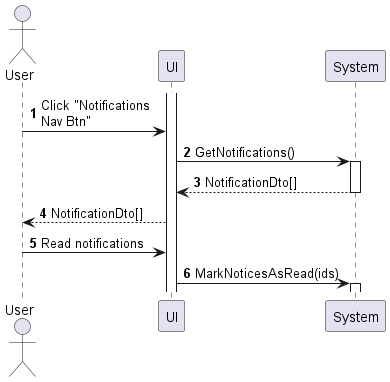
Above: sequences/my-notification-view.png in phihungha/scmss-reqs (PlantUML), before the change.
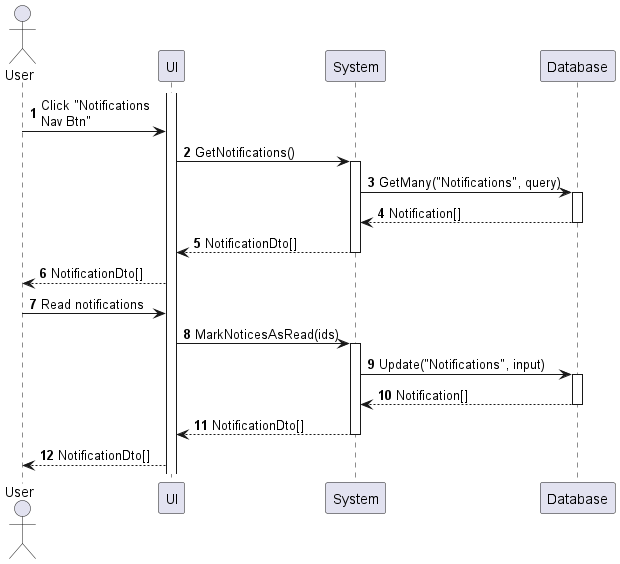
After the change.

Change to the diagram source:
```diff
@@ -4,15 +4,24 @@
 actor "User" as a
 participant UI as f
 participant System as b
+participant Database as d
 
 activate f
 a -> f : Click "Notifications\nNav Btn"
 f -> b : GetNotifications()
 activate b
+b -> d : GetMany("Notifications", query)
+activate d
+return Notification[]
 return NotificationDto[]
 f --> a : NotificationDto[]
 
 a -> f : Read notifications
 f -> b : MarkNoticesAsRead(ids)
 activate b
+b -> d : Update("Notifications", input)
+activate d
+return Notification[]
+return NotificationDto[]
+f --> a : NotificationDto[]
 @enduml
```
